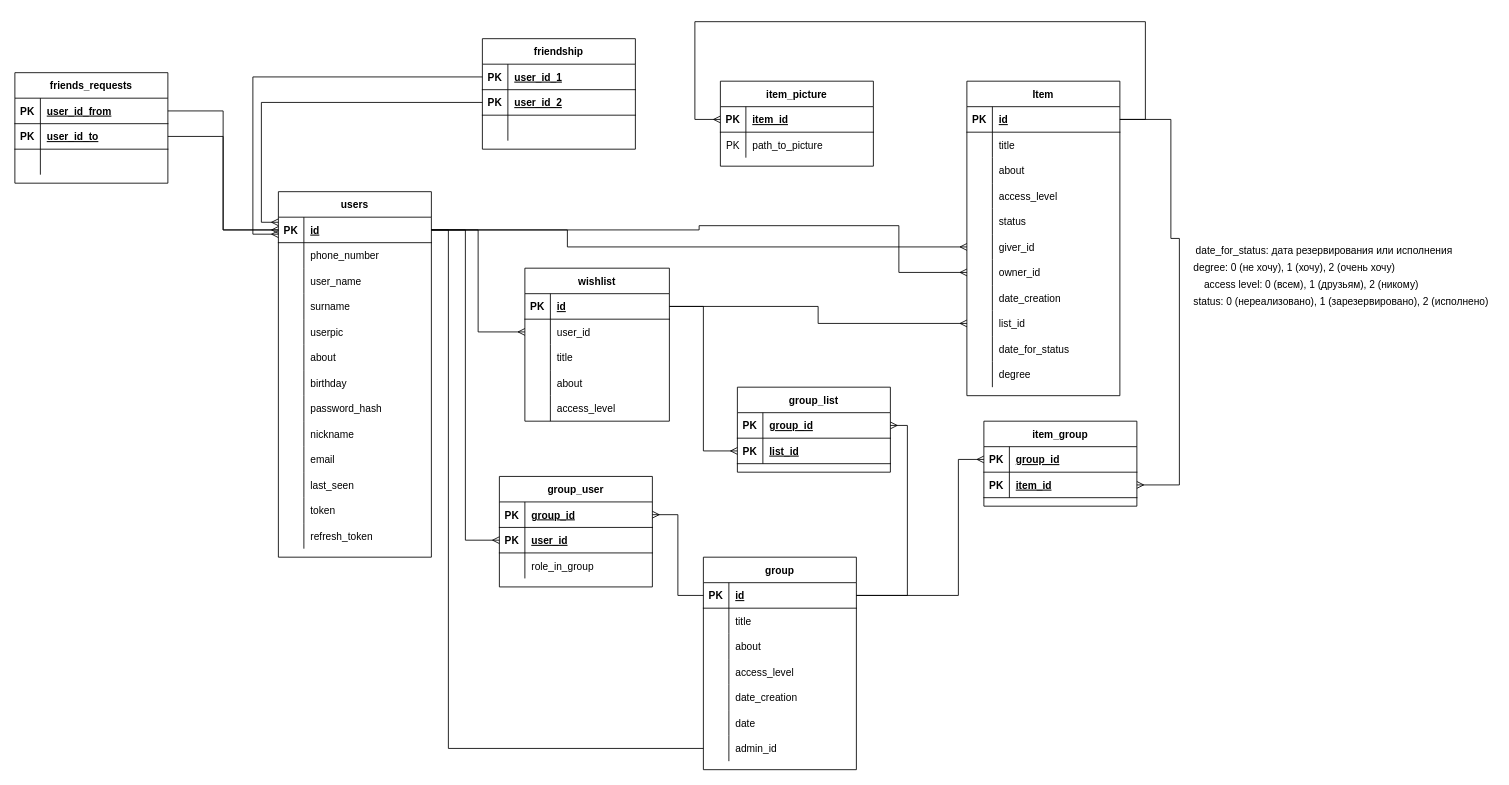
Above: other/ER_wishlist.drawio in johuex/wishlist_GQL (draw.io), before the change. Source tidied: cells renumbered, new cells numbered last; positions are measured from the earlier drawing's top-left corner, leaving out a move shared by most shapes. Both pictures are drawn from the tidied source at 85%, with x=0, y=0 at pixel (14, 21).
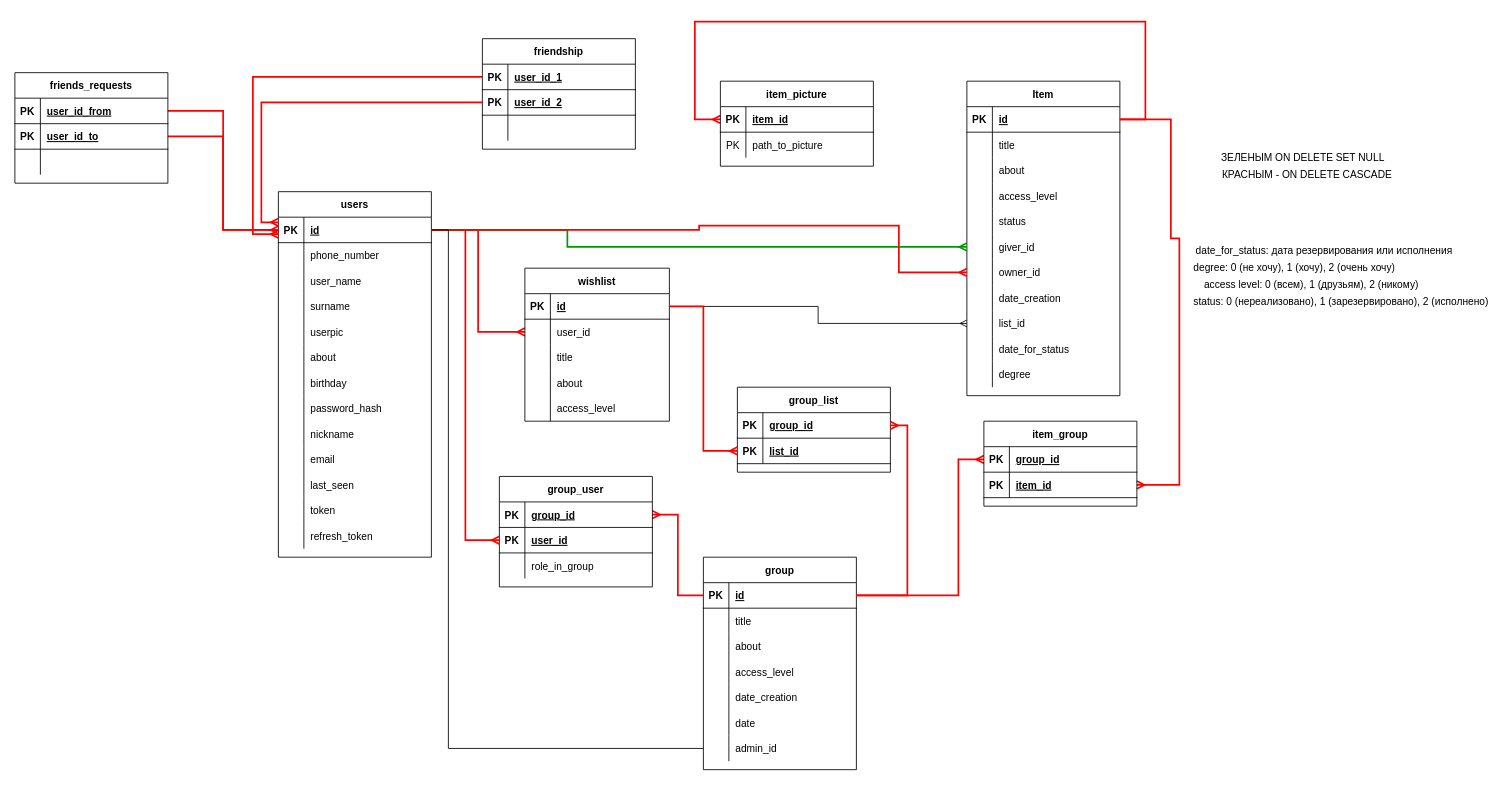
After the change.

Commit message (it also covers changes not shown here):
TODO: fix logic in list and item mutations, check cascade relationships in orm

Unchanged cells that the change refers to:
```xml
<mxCell id="3" style="shape=partialRectangle;fillColor=none;top=0;left=0;bottom=1;right=0;points=[[0,0.5],[1,0.5]];portConstraint=eastwest;" parent="2" vertex="1">
  <mxGeometry y="30" width="180" height="30" as="geometry" />
</mxCell>
<mxCell id="44" style="shape=partialRectangle;fillColor=none;top=0;left=0;bottom=1;right=0;points=[[0,0.5],[1,0.5]];portConstraint=eastwest;" parent="43" vertex="1">
  <mxGeometry y="30" width="180" height="30" as="geometry" />
</mxCell>
<mxCell id="62" style="shape=partialRectangle;fillColor=none;top=0;left=0;bottom=0;right=0;points=[[0,0.5],[1,0.5]];portConstraint=eastwest;" parent="43" vertex="1">
  <mxGeometry y="210" width="180" height="30" as="geometry" />
</mxCell>
<mxCell id="70" style="shape=partialRectangle;fillColor=none;top=0;left=0;bottom=1;right=0;points=[[0,0.5],[1,0.5]];portConstraint=eastwest;" parent="69" vertex="1">
  <mxGeometry y="30" width="180" height="30" as="geometry" />
</mxCell>
<mxCell id="73" style="shape=partialRectangle;fillColor=none;top=0;left=0;bottom=1;right=0;points=[[0,0.5],[1,0.5]];portConstraint=eastwest;" parent="69" vertex="1">
  <mxGeometry y="60" width="180" height="30" as="geometry" />
</mxCell>
<mxCell id="82" style="shape=partialRectangle;fillColor=none;top=0;left=0;bottom=1;right=0;points=[[0,0.5],[1,0.5]];portConstraint=eastwest;" parent="81" vertex="1">
  <mxGeometry y="30" width="180" height="30" as="geometry" />
</mxCell>
<mxCell id="85" style="shape=partialRectangle;fillColor=none;top=0;left=0;bottom=1;right=0;points=[[0,0.5],[1,0.5]];portConstraint=eastwest;" parent="81" vertex="1">
  <mxGeometry y="60" width="180" height="30" as="geometry" />
</mxCell>
<mxCell id="96" style="shape=partialRectangle;fillColor=none;top=0;left=0;bottom=1;right=0;points=[[0,0.5],[1,0.5]];portConstraint=eastwest;" parent="95" vertex="1">
  <mxGeometry y="30" width="180" height="30" as="geometry" />
</mxCell>
<mxCell id="111" style="shape=partialRectangle;fillColor=none;top=0;left=0;bottom=0;right=0;points=[[0,0.5],[1,0.5]];portConstraint=eastwest;" parent="95" vertex="1">
  <mxGeometry y="180" width="180" height="30" as="geometry" />
</mxCell>
<mxCell id="114" style="shape=partialRectangle;fillColor=none;top=0;left=0;bottom=0;right=0;points=[[0,0.5],[1,0.5]];portConstraint=eastwest;" parent="95" vertex="1">
  <mxGeometry y="210" width="180" height="30" as="geometry" />
</mxCell>
<mxCell id="130" style="shape=partialRectangle;fillColor=none;top=0;left=0;bottom=1;right=0;points=[[0,0.5],[1,0.5]];portConstraint=eastwest;" parent="129" vertex="1">
  <mxGeometry y="30" width="170" height="30" as="geometry" />
</mxCell>
<mxCell id="133" style="shape=partialRectangle;fillColor=none;top=0;left=0;bottom=0;right=0;points=[[0,0.5],[1,0.5]];portConstraint=eastwest;" parent="129" vertex="1">
  <mxGeometry y="60" width="170" height="30" as="geometry" />
</mxCell>
<mxCell id="147" style="shape=partialRectangle;fillColor=none;top=0;left=0;bottom=1;right=0;points=[[0,0.5],[1,0.5]];portConstraint=eastwest;" parent="146" vertex="1">
  <mxGeometry y="30" width="180" height="30" as="geometry" />
</mxCell>
<mxCell id="150" style="shape=partialRectangle;fillColor=none;top=0;left=0;bottom=1;right=0;points=[[0,0.5],[1,0.5]];portConstraint=eastwest;" parent="146" vertex="1">
  <mxGeometry y="60" width="180" height="30" as="geometry" />
</mxCell>
<mxCell id="157" style="shape=partialRectangle;fillColor=none;top=0;left=0;bottom=1;right=0;points=[[0,0.5],[1,0.5]];portConstraint=eastwest;" parent="156" vertex="1">
  <mxGeometry y="30" width="180" height="30" as="geometry" />
</mxCell>
<mxCell id="160" style="shape=partialRectangle;fillColor=none;top=0;left=0;bottom=1;right=0;points=[[0,0.5],[1,0.5]];portConstraint=eastwest;" parent="156" vertex="1">
  <mxGeometry y="60" width="180" height="30" as="geometry" />
</mxCell>
<mxCell id="171" style="shape=partialRectangle;fillColor=none;top=0;left=0;bottom=1;right=0;points=[[0,0.5],[1,0.5]];portConstraint=eastwest;" parent="170" vertex="1">
  <mxGeometry y="30" width="180" height="30" as="geometry" />
</mxCell>
<mxCell id="178" style="shape=partialRectangle;fillColor=none;top=0;left=0;bottom=1;right=0;points=[[0,0.5],[1,0.5]];portConstraint=eastwest;" parent="177" vertex="1">
  <mxGeometry y="30" width="180" height="30" as="geometry" />
</mxCell>
<mxCell id="181" style="shape=partialRectangle;fillColor=none;top=0;left=0;bottom=1;right=0;points=[[0,0.5],[1,0.5]];portConstraint=eastwest;" parent="177" vertex="1">
  <mxGeometry y="60" width="180" height="30" as="geometry" />
</mxCell>
```

The edit, as a diff of the source:
```diff
@@
-    <mxCell id="42" style="edgeStyle=orthogonalEdgeStyle;rounded=0;jettySize=auto;html=1;exitX=1;exitY=0.5;exitDx=0;exitDy=0;entryX=0;entryY=0.5;entryDx=0;entryDy=0;endArrow=ERmany;endFill=0;" parent="1" edge="1" source="3" target="133">
+    <mxCell id="42" style="edgeStyle=orthogonalEdgeStyle;rounded=0;jettySize=auto;html=1;exitX=1;exitY=0.5;exitDx=0;exitDy=0;entryX=0;entryY=0.5;entryDx=0;entryDy=0;endArrow=ERmany;endFill=0;strokeColor=#FF0000;strokeWidth=2;" parent="1" edge="1" source="3" target="133">
       <mxGeometry relative="1" as="geometry" />
     </mxCell>
@@
-    <mxCell id="66" style="edgeStyle=orthogonalEdgeStyle;rounded=0;jettySize=auto;html=1;exitX=1;exitY=0.5;exitDx=0;exitDy=0;entryX=0;entryY=0.5;entryDx=0;entryDy=0;endArrow=ERmany;endFill=0;" parent="1" edge="1" source="44" target="178">
+    <mxCell id="66" style="edgeStyle=orthogonalEdgeStyle;rounded=0;jettySize=auto;html=1;exitX=1;exitY=0.5;exitDx=0;exitDy=0;entryX=0;entryY=0.5;entryDx=0;entryDy=0;endArrow=ERmany;endFill=0;strokeColor=#FF0000;strokeWidth=2;" parent="1" edge="1" source="44" target="178">
       <mxGeometry relative="1" as="geometry">
         <Array as="points">
           <mxPoint x="1110" y="675" />
           <mxPoint x="1110" y="515" />
         </Array>
       </mxGeometry>
     </mxCell>
-    <mxCell id="67" style="edgeStyle=orthogonalEdgeStyle;rounded=0;jettySize=auto;html=1;exitX=1;exitY=0.5;exitDx=0;exitDy=0;entryX=1;entryY=0.5;entryDx=0;entryDy=0;endArrow=ERmany;endFill=0;" parent="1" edge="1" source="96" target="181">
+    <mxCell id="67" style="edgeStyle=orthogonalEdgeStyle;rounded=0;jettySize=auto;html=1;exitX=1;exitY=0.5;exitDx=0;exitDy=0;entryX=1;entryY=0.5;entryDx=0;entryDy=0;endArrow=ERmany;endFill=0;strokeColor=#FF0000;strokeWidth=2;" parent="1" edge="1" source="96" target="181">
       <mxGeometry relative="1" as="geometry">
         <Array as="points">
           <mxPoint x="1360" y="115" />
           <mxPoint x="1360" y="255" />
           <mxPoint x="1370" y="255" />
           <mxPoint x="1370" y="545" />
         </Array>
       </mxGeometry>
     </mxCell>
-    <mxCell id="68" style="edgeStyle=orthogonalEdgeStyle;rounded=0;jettySize=auto;html=1;exitX=0;exitY=0.5;exitDx=0;exitDy=0;entryX=1;entryY=0.5;entryDx=0;entryDy=0;endArrow=ERmany;endFill=0;" parent="1" edge="1" source="44" target="82">
+    <mxCell id="68" style="edgeStyle=orthogonalEdgeStyle;rounded=0;jettySize=auto;html=1;exitX=0;exitY=0.5;exitDx=0;exitDy=0;entryX=1;entryY=0.5;entryDx=0;entryDy=0;endArrow=ERmany;endFill=0;strokeColor=#FF0008;strokeWidth=2;" parent="1" edge="1" source="44" target="82">
       <mxGeometry relative="1" as="geometry" />
     </mxCell>
@@
-    <mxCell id="79" style="edgeStyle=orthogonalEdgeStyle;rounded=0;jettySize=auto;html=1;exitX=0;exitY=0.2;exitDx=0;exitDy=0;entryX=0;entryY=0.5;entryDx=0;entryDy=0;endArrow=none;endFill=0;startArrow=ERmany;startFill=0;exitPerimeter=0;" parent="1" edge="1" source="3" target="73">
+    <mxCell id="79" style="edgeStyle=orthogonalEdgeStyle;rounded=0;jettySize=auto;html=1;exitX=0;exitY=0.2;exitDx=0;exitDy=0;entryX=0;entryY=0.5;entryDx=0;entryDy=0;endArrow=none;endFill=0;startArrow=ERmany;startFill=0;exitPerimeter=0;strokeColor=#FF0000;strokeWidth=2;" parent="1" edge="1" source="3" target="73">
       <mxGeometry relative="1" as="geometry" />
     </mxCell>
-    <mxCell id="80" style="edgeStyle=orthogonalEdgeStyle;rounded=0;jettySize=auto;html=1;exitX=0;exitY=0.5;exitDx=0;exitDy=0;startArrow=none;startFill=0;endArrow=ERmany;endFill=0;" parent="1" edge="1" source="70">
+    <mxCell id="80" style="edgeStyle=orthogonalEdgeStyle;rounded=0;jettySize=auto;html=1;exitX=0;exitY=0.5;exitDx=0;exitDy=0;startArrow=none;startFill=0;endArrow=ERmany;endFill=0;strokeWidth=2;strokeColor=#FF0000;" parent="1" edge="1" source="70">
       <mxGeometry relative="1" as="geometry">
         <mxPoint x="310" y="250" as="targetPoint" />
         <Array as="points">
           <mxPoint x="280" y="65" />
           <mxPoint x="280" y="250" />
         </Array>
       </mxGeometry>
     </mxCell>
@@
-    <mxCell id="91" style="edgeStyle=orthogonalEdgeStyle;rounded=0;jettySize=auto;html=1;exitX=1;exitY=0.5;exitDx=0;exitDy=0;entryX=0;entryY=0.5;entryDx=0;entryDy=0;endArrow=none;endFill=0;" parent="1" edge="1" source="157" target="3">
+    <mxCell id="91" style="edgeStyle=orthogonalEdgeStyle;rounded=0;jettySize=auto;html=1;exitX=1;exitY=0.5;exitDx=0;exitDy=0;entryX=0;entryY=0.5;entryDx=0;entryDy=0;endArrow=none;endFill=0;strokeColor=#FF0000;strokeWidth=2;" parent="1" edge="1" source="157" target="3">
       <mxGeometry relative="1" as="geometry" />
     </mxCell>
-    <mxCell id="92" style="edgeStyle=orthogonalEdgeStyle;rounded=0;jettySize=auto;html=1;exitX=1;exitY=0.5;exitDx=0;exitDy=0;entryX=0;entryY=0.5;entryDx=0;entryDy=0;endArrow=ERmany;endFill=0;" parent="1" edge="1" source="160" target="3">
+    <mxCell id="92" style="edgeStyle=orthogonalEdgeStyle;rounded=0;jettySize=auto;html=1;exitX=1;exitY=0.5;exitDx=0;exitDy=0;entryX=0;entryY=0.5;entryDx=0;entryDy=0;endArrow=ERmany;endFill=0;strokeWidth=2;strokeColor=#FF0000;" parent="1" edge="1" source="160" target="3">
       <mxGeometry relative="1" as="geometry" />
     </mxCell>
@@
-    <mxCell id="94" style="edgeStyle=orthogonalEdgeStyle;rounded=0;jettySize=auto;html=1;exitX=1;exitY=0.5;exitDx=0;exitDy=0;endArrow=ERmany;endFill=0;" parent="1" edge="1" source="3" target="85">
+    <mxCell id="94" style="edgeStyle=orthogonalEdgeStyle;rounded=0;jettySize=auto;html=1;exitX=1;exitY=0.5;exitDx=0;exitDy=0;endArrow=ERmany;endFill=0;strokeColor=#FF0000;strokeWidth=2;" parent="1" edge="1" source="3" target="85">
       <mxGeometry relative="1" as="geometry" />
     </mxCell>
@@
-    <mxCell id="145" style="edgeStyle=orthogonalEdgeStyle;rounded=0;jettySize=auto;html=1;exitX=1;exitY=0.5;exitDx=0;exitDy=0;entryX=0;entryY=0.5;entryDx=0;entryDy=0;endArrow=ERmany;endFill=0;" parent="1" edge="1" source="3" target="111">
+    <mxCell id="145" style="edgeStyle=orthogonalEdgeStyle;rounded=0;jettySize=auto;html=1;exitX=1;exitY=0.5;exitDx=0;exitDy=0;entryX=0;entryY=0.5;entryDx=0;entryDy=0;endArrow=ERmany;endFill=0;strokeColor=#009900;strokeWidth=2;" parent="1" edge="1" source="3" target="111">
       <mxGeometry relative="1" as="geometry">
         <Array as="points">
           <mxPoint x="650" y="245" />
           <mxPoint x="650" y="265" />
         </Array>
       </mxGeometry>
     </mxCell>
@@
-    <mxCell id="153" style="edgeStyle=orthogonalEdgeStyle;rounded=0;jettySize=auto;html=1;exitX=1;exitY=0.5;exitDx=0;exitDy=0;entryX=1;entryY=0.5;entryDx=0;entryDy=0;endArrow=ERmany;endFill=0;" parent="1" edge="1" source="44" target="147">
+    <mxCell id="153" style="edgeStyle=orthogonalEdgeStyle;rounded=0;jettySize=auto;html=1;exitX=1;exitY=0.5;exitDx=0;exitDy=0;entryX=1;entryY=0.5;entryDx=0;entryDy=0;endArrow=ERmany;endFill=0;strokeWidth=2;strokeColor=#FF0000;" parent="1" edge="1" source="44" target="147">
       <mxGeometry relative="1" as="geometry" />
     </mxCell>
-    <mxCell id="154" style="edgeStyle=orthogonalEdgeStyle;rounded=0;jettySize=auto;html=1;exitX=1;exitY=0.5;exitDx=0;exitDy=0;entryX=0;entryY=0.5;entryDx=0;entryDy=0;endArrow=ERmany;endFill=0;" parent="1" edge="1" source="130" target="150">
+    <mxCell id="154" style="edgeStyle=orthogonalEdgeStyle;rounded=0;jettySize=auto;html=1;exitX=1;exitY=0.5;exitDx=0;exitDy=0;entryX=0;entryY=0.5;entryDx=0;entryDy=0;endArrow=ERmany;endFill=0;strokeColor=#FF0000;strokeWidth=2;" parent="1" edge="1" source="130" target="150">
       <mxGeometry relative="1" as="geometry" />
     </mxCell>
@@
-    <mxCell id="167" style="edgeStyle=orthogonalEdgeStyle;rounded=0;jettySize=auto;html=1;exitX=1;exitY=0.5;exitDx=0;exitDy=0;entryX=0;entryY=0.5;entryDx=0;entryDy=0;endArrow=ERmany;endFill=0;" parent="1" edge="1" source="96" target="171">
+    <mxCell id="167" style="edgeStyle=orthogonalEdgeStyle;rounded=0;jettySize=auto;html=1;exitX=1;exitY=0.5;exitDx=0;exitDy=0;entryX=0;entryY=0.5;entryDx=0;entryDy=0;endArrow=ERmany;endFill=0;strokeColor=#FF0000;strokeWidth=2;" parent="1" edge="1" source="96" target="171">
       <mxGeometry relative="1" as="geometry">
         <Array as="points">
           <mxPoint x="1330" y="115" />
           <mxPoint x="1330" />
           <mxPoint x="800" />
           <mxPoint x="800" y="115" />
         </Array>
       </mxGeometry>
     </mxCell>
@@
-    <mxCell id="169" style="edgeStyle=orthogonalEdgeStyle;rounded=0;jettySize=auto;html=1;exitX=1;exitY=0.5;exitDx=0;exitDy=0;entryX=0;entryY=0.5;entryDx=0;entryDy=0;endArrow=ERmany;endFill=0;" parent="1" edge="1" source="3" target="114">
+    <mxCell id="169" style="edgeStyle=orthogonalEdgeStyle;rounded=0;jettySize=auto;html=1;exitX=1;exitY=0.5;exitDx=0;exitDy=0;entryX=0;entryY=0.5;entryDx=0;entryDy=0;endArrow=ERmany;endFill=0;strokeColor=#FF0000;strokeWidth=2;" parent="1" edge="1" source="3" target="114">
       <mxGeometry relative="1" as="geometry">
         <Array as="points">
           <mxPoint x="805" y="245" />
           <mxPoint x="805" y="240" />
           <mxPoint x="1040" y="240" />
           <mxPoint x="1040" y="295" />
         </Array>
       </mxGeometry>
     </mxCell>
@@
-    <mxCell id="184" style="edgeStyle=orthogonalEdgeStyle;rounded=0;jettySize=auto;html=1;exitX=0;exitY=0.5;exitDx=0;exitDy=0;entryX=1;entryY=0.5;entryDx=0;entryDy=0;endArrow=none;endFill=0;" parent="1" edge="1" source="62" target="3">
+    <mxCell id="184" style="edgeStyle=orthogonalEdgeStyle;rounded=0;jettySize=auto;html=1;exitX=0;exitY=0.5;exitDx=0;exitDy=0;entryX=1;entryY=0.5;entryDx=0;entryDy=0;endArrow=none;endFill=0;fillColor=#e1d5e7;strokeWidth=1;" parent="1" edge="1" source="62" target="3">
       <mxGeometry relative="1" as="geometry">
         <Array as="points">
           <mxPoint x="510" y="855" />
           <mxPoint x="510" y="245" />
         </Array>
       </mxGeometry>
     </mxCell>
+    <mxCell id="185" value="КРАСНЫМ - ON DELETE CASCADE" style="text;html=1;align=center;verticalAlign=middle;" parent="1" vertex="1">
+      <mxGeometry x="1410" y="170" width="220" height="20" as="geometry" />
+    </mxCell>
+    <mxCell id="186" value="ЗЕЛЕНЫМ ON DELETE SET NULL" style="text;html=1;align=center;verticalAlign=middle;" parent="1" vertex="1">
+      <mxGeometry x="1410" y="150" width="210" height="20" as="geometry" />
+    </mxCell>
```
